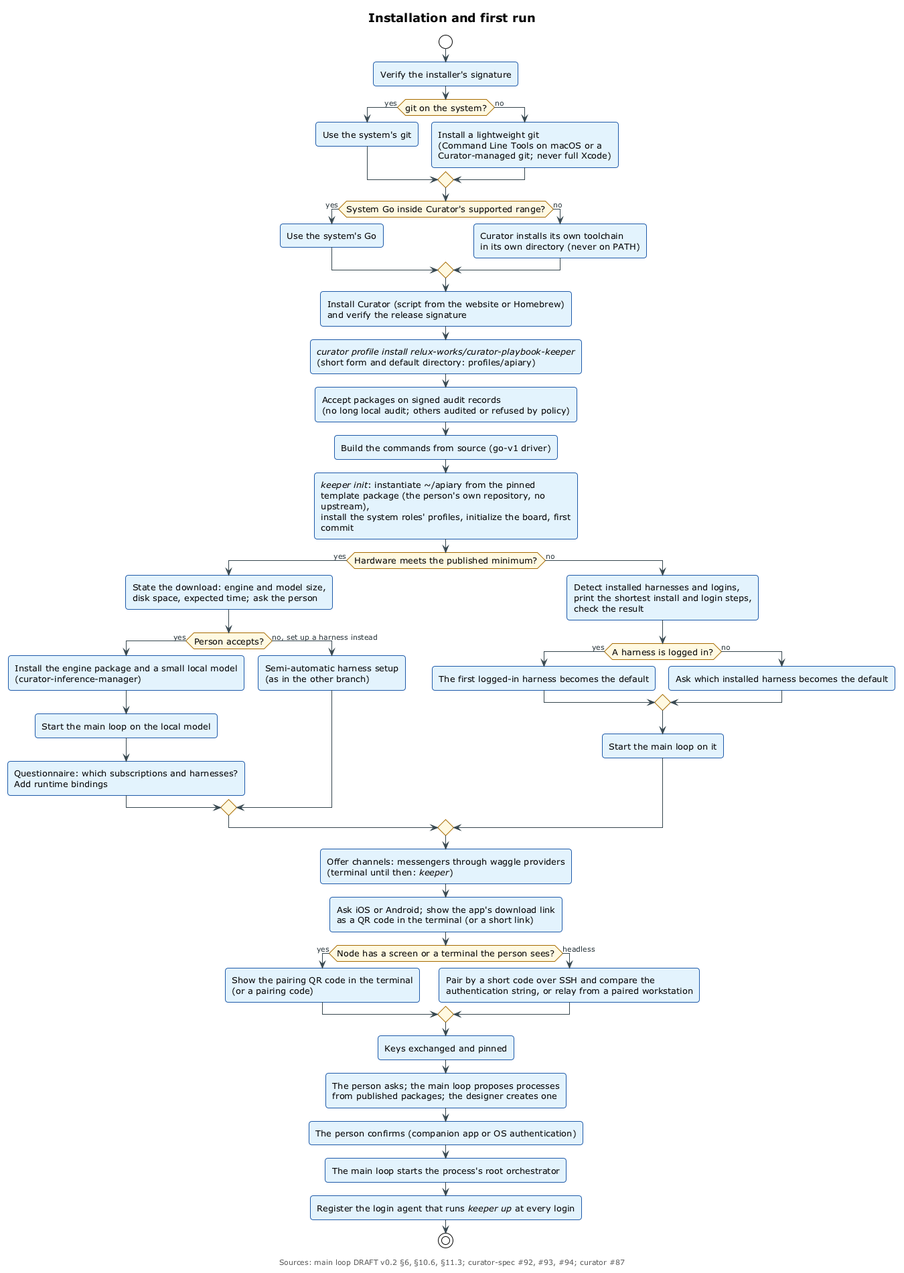
The PlantUML diagram diagrams/artefacts/plantuml/installation-and-first-run.png in relux-works/curator-keeper, before a commit.
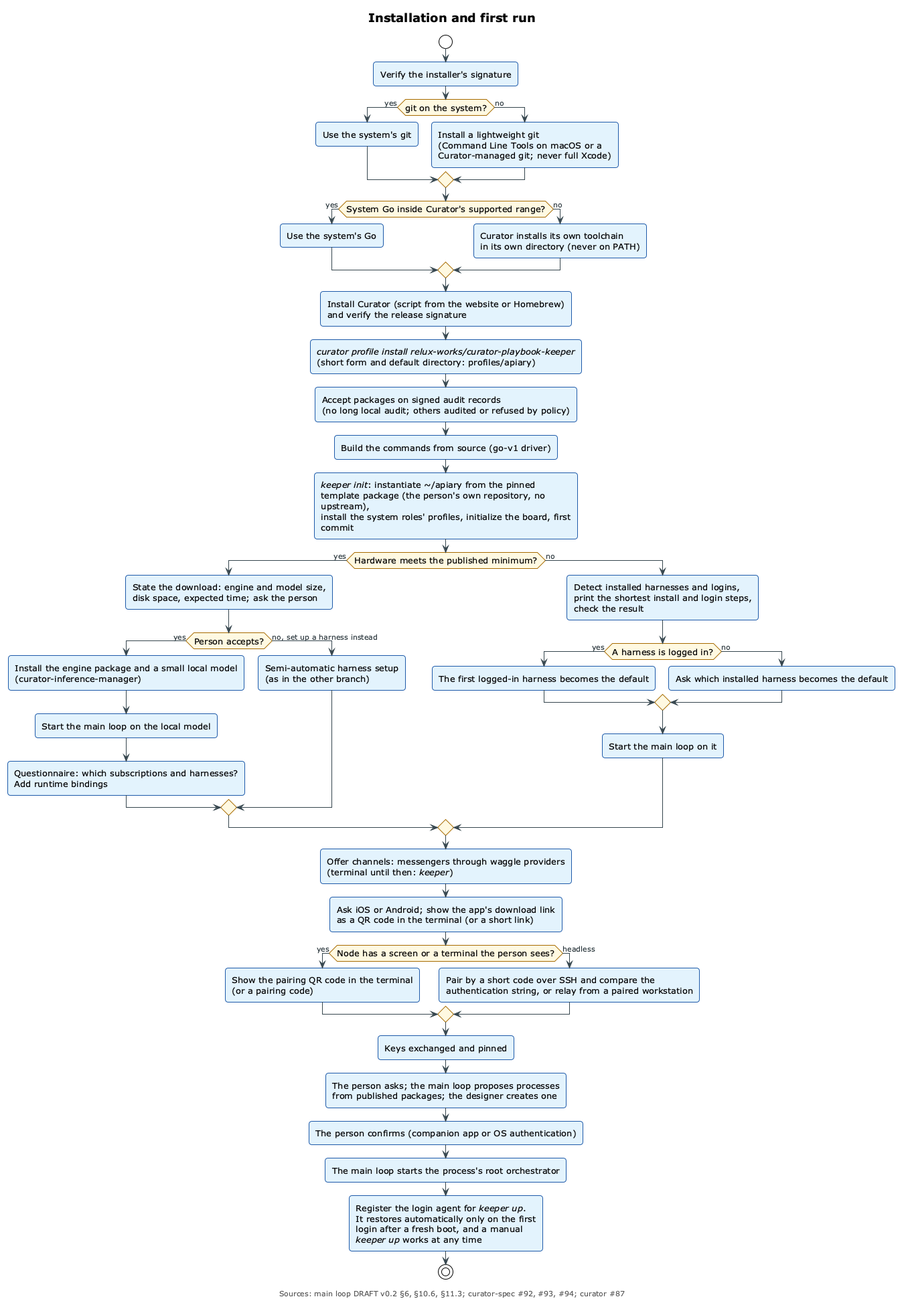
The same file after the commit.

Commit message:
Diagrams: keeper up restores only on the first login after a fresh boot

Diff of the diagram source:
```diff
@@ -75,7 +75,10 @@
 from published packages; the designer creates one;
 :The person confirms (companion app or OS authentication);
 :The main loop starts the process's root orchestrator;
-:Register the login agent that runs <i>keeper up</i> at every login;
+:Register the login agent for <i>keeper up</i>.
+It restores automatically only on the first
+login after a fresh boot, and a manual
+<i>keeper up</i> works at any time;
 stop
 
 @enduml
```
